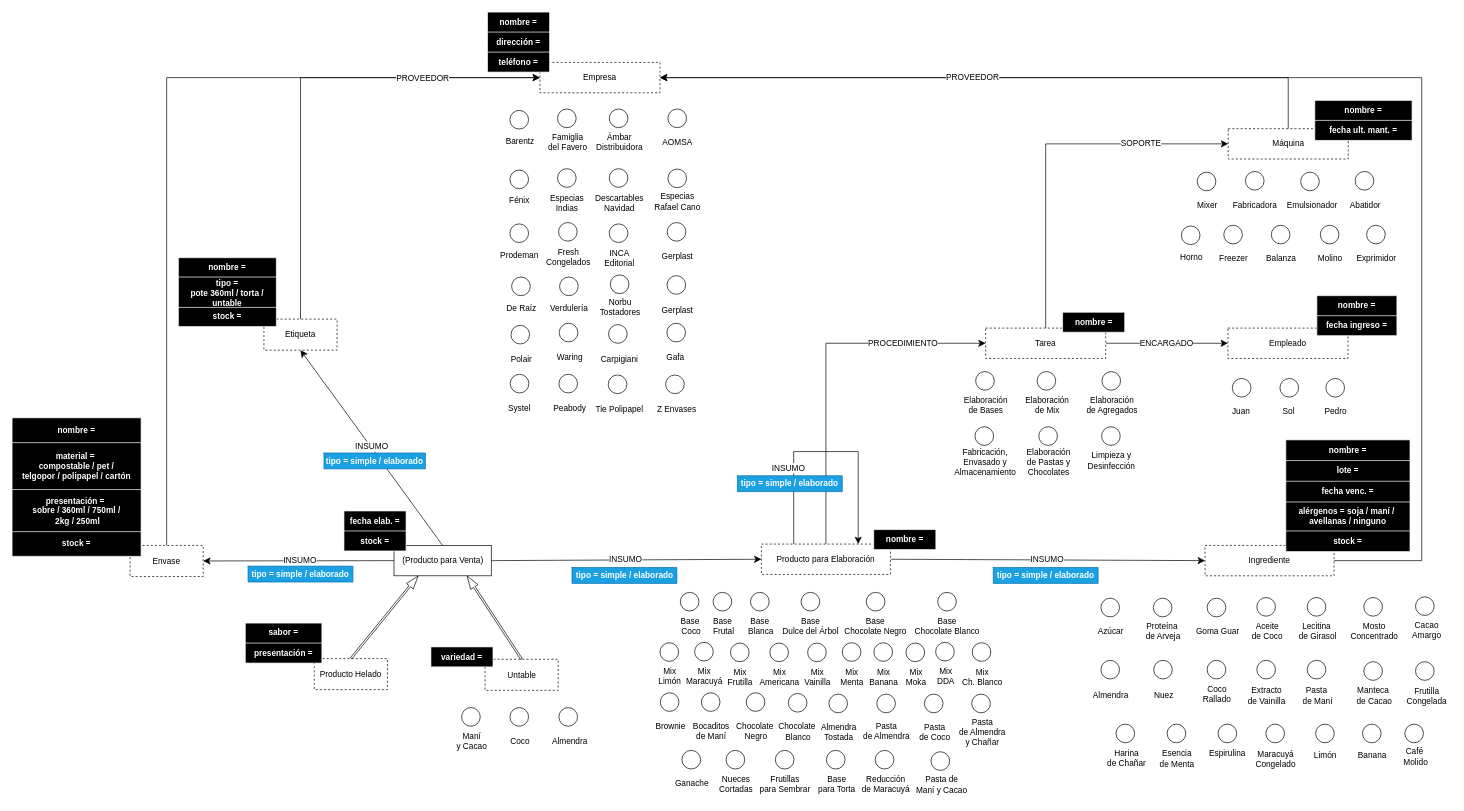
franualba/diagrams keeps this draw.io diagram as Modelo Heladería.drawio. Above is the earlier version. Source tidied: cells renumbered, new cells numbered last; positions are measured from the earlier drawing's top-left corner, leaving out a move shared by most shapes. Both pictures are drawn from the tidied source at 69%, with x=0, y=0 at pixel (12, 12).
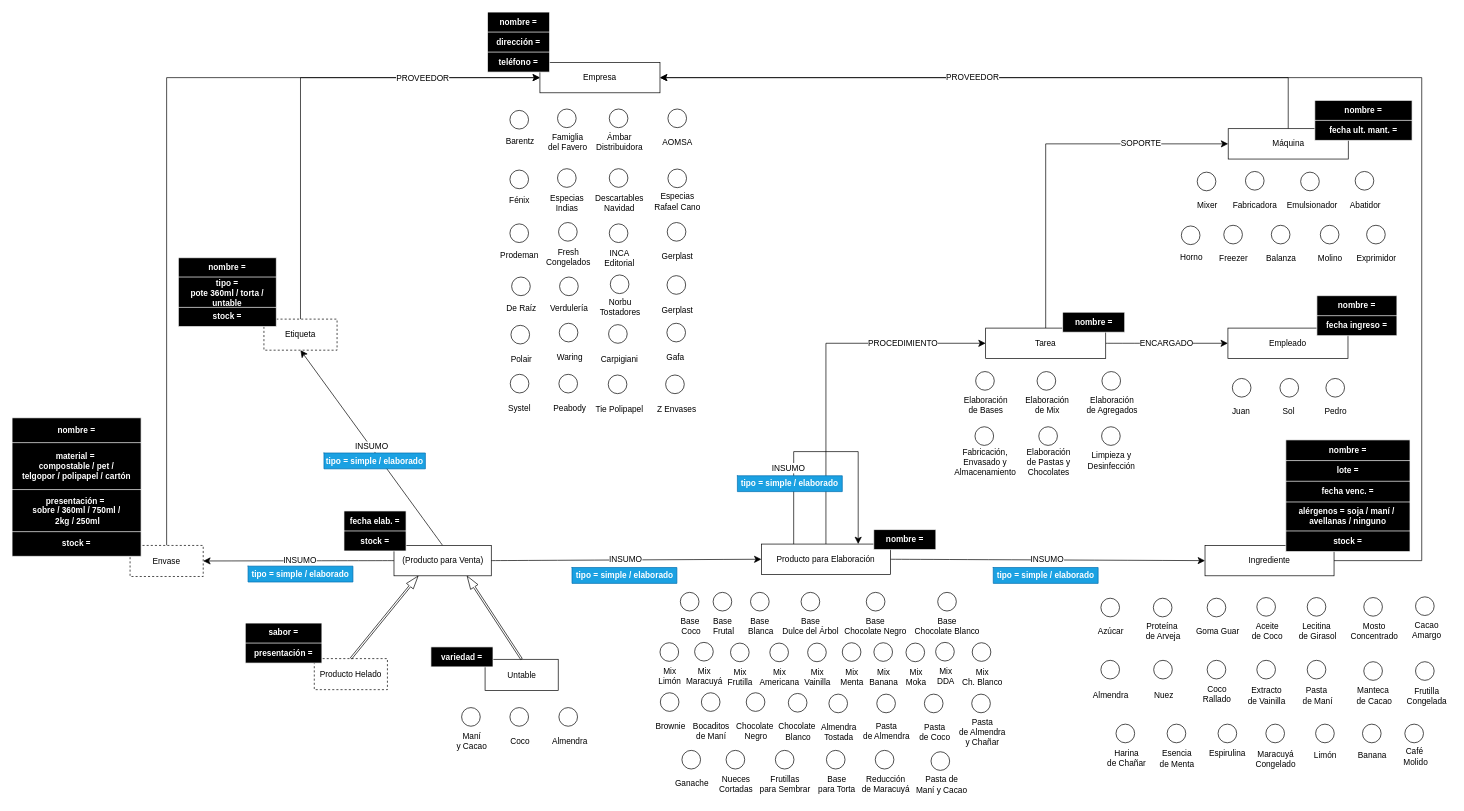
Above is the later version.

What changed in the source:
```diff
@@
-    <mxCell id="6" value="Untable" style="rounded=0;whiteSpace=wrap;html=1;dashed=1;" parent="1" vertex="1">
+    <mxCell id="6" value="Untable" style="rounded=0;whiteSpace=wrap;html=1;" parent="1" vertex="1">
       <mxGeometry x="685.5" y="938" width="106" height="45" as="geometry" />
     </mxCell>
@@
-    <mxCell id="11" value="Producto para Elaboración" style="rounded=0;whiteSpace=wrap;html=1;dashed=1;" parent="1" vertex="1">
+    <mxCell id="11" value="Producto para Elaboración" style="rounded=0;whiteSpace=wrap;html=1;" parent="1" vertex="1">
       <mxGeometry x="1086" y="771" width="187" height="44" as="geometry" />
     </mxCell>
@@
-    <mxCell id="15" value="Ingrediente" style="rounded=0;whiteSpace=wrap;html=1;dashed=1;" parent="1" vertex="1">
+    <mxCell id="15" value="Ingrediente" style="rounded=0;whiteSpace=wrap;html=1;" parent="1" vertex="1">
       <mxGeometry x="1728.9" y="773" width="187" height="44" as="geometry" />
     </mxCell>
@@
-    <mxCell id="84" value="Tarea" style="rounded=0;whiteSpace=wrap;html=1;dashed=1;" parent="1" vertex="1">
+    <mxCell id="84" value="Tarea" style="rounded=0;whiteSpace=wrap;html=1;" parent="1" vertex="1">
       <mxGeometry x="1411" y="458" width="174" height="44" as="geometry" />
     </mxCell>
@@
-    <mxCell id="101" value="Empleado" style="rounded=0;whiteSpace=wrap;html=1;dashed=1;" parent="1" vertex="1">
+    <mxCell id="101" value="Empleado" style="rounded=0;whiteSpace=wrap;html=1;" parent="1" vertex="1">
       <mxGeometry x="1762.1" y="458" width="174" height="44" as="geometry" />
     </mxCell>
@@
-    <mxCell id="132" value="Máquina" style="rounded=0;whiteSpace=wrap;html=1;dashed=1;" parent="1" vertex="1">
+    <mxCell id="132" value="Máquina" style="rounded=0;whiteSpace=wrap;html=1;" parent="1" vertex="1">
       <mxGeometry x="1762.5" y="169" width="174" height="44" as="geometry" />
     </mxCell>
@@
-    <mxCell id="157" value="Empresa" style="rounded=0;whiteSpace=wrap;html=1;dashed=1;" parent="1" vertex="1">
+    <mxCell id="157" value="Empresa" style="rounded=0;whiteSpace=wrap;html=1;" parent="1" vertex="1">
       <mxGeometry x="765" y="73" width="174" height="44" as="geometry" />
     </mxCell>
```
